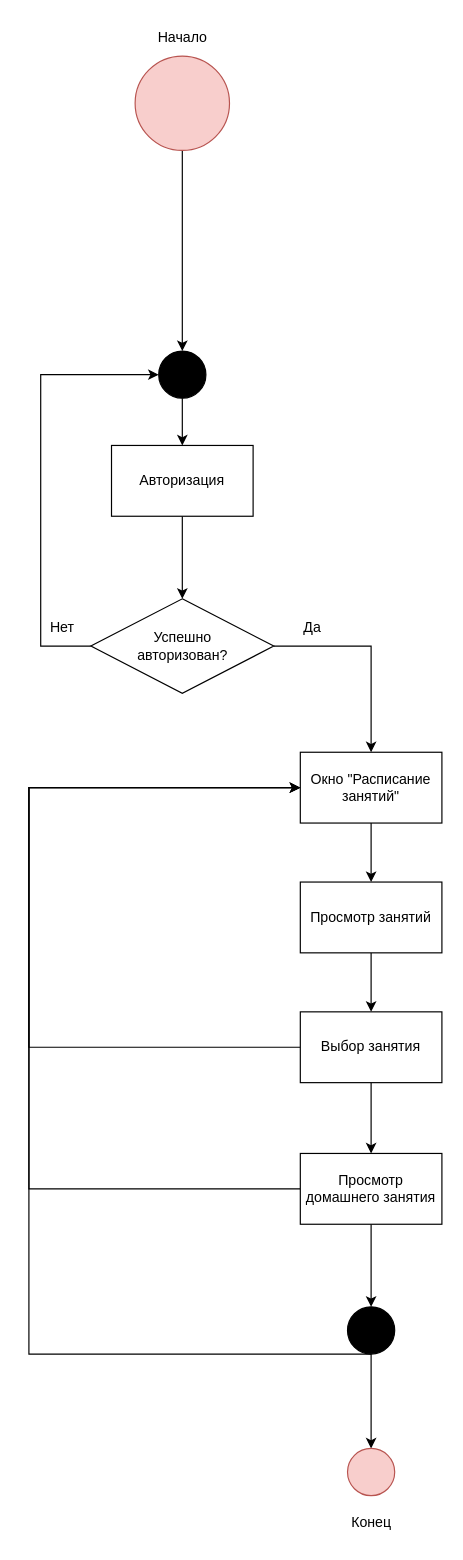
Above: page "Page-3" (3 of 3) of schedule-serviceScenary.drawio in flouressaint/myDiagrams (draw.io), before the change. Source tidied: cells renumbered, new cells numbered last; positions are measured from the earlier drawing's top-left corner, leaving out a move shared by most shapes. Both pictures are drawn from the tidied source at 118%, with x=0, y=0 at pixel (28, 20).
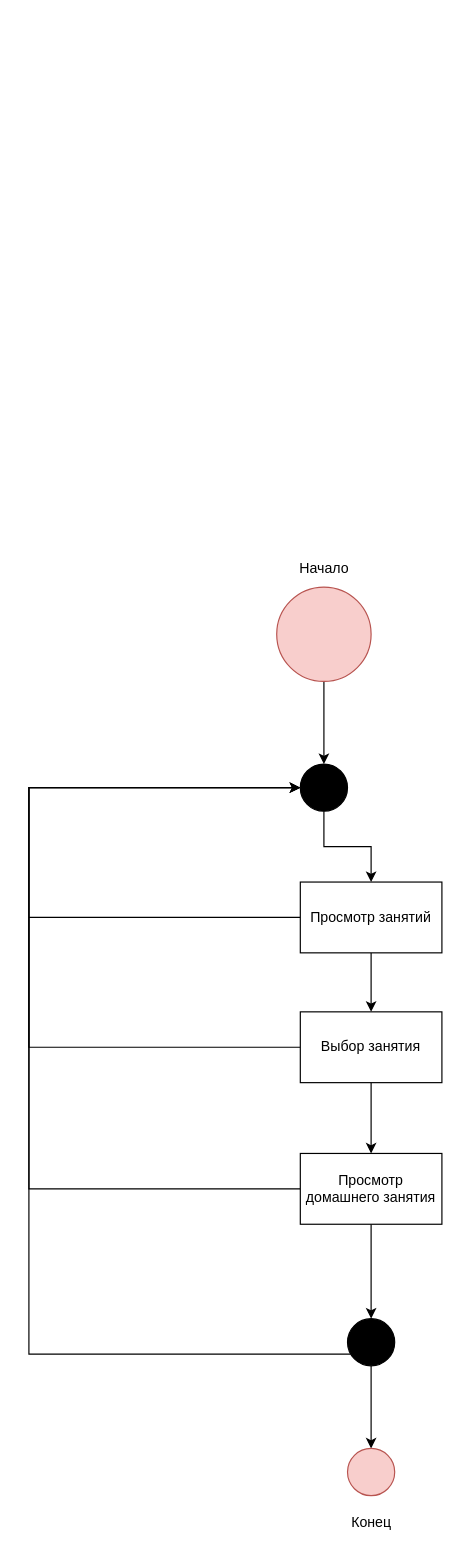
After the change.

Unchanged cells that the change refers to:
```xml
<mxCell id="17" value="Просмотр занятий" style="whiteSpace=wrap;html=1;" parent="1" vertex="1">
  <mxGeometry x="230" y="730" width="120" height="60" as="geometry" />
</mxCell>
<mxCell id="20" value="Выбор занятия" style="whiteSpace=wrap;html=1;" parent="1" vertex="1">
  <mxGeometry x="230" y="840" width="120" height="60" as="geometry" />
</mxCell>
<mxCell id="28" value="Просмотр домашнего занятия" style="whiteSpace=wrap;html=1;" parent="1" vertex="1">
  <mxGeometry x="230" y="960" width="120" height="60" as="geometry" />
</mxCell>
```

The edit, as a diff of the source:
```diff
@@
-    <mxCell id="2" style="edgeStyle=orthogonalEdgeStyle;rounded=0;jettySize=auto;html=1;entryX=0.5;entryY=0;entryDx=0;entryDy=0;" parent="1" edge="1" source="3" target="8">
-      <mxGeometry relative="1" as="geometry" />
-    </mxCell>
+    <mxCell id="29" style="edgeStyle=orthogonalEdgeStyle;rounded=0;jettySize=auto;html=1;entryX=0.5;entryY=0;entryDx=0;entryDy=0;" parent="1" edge="1" source="3" target="31">
+      <mxGeometry relative="1" as="geometry" />
+    </mxCell>
     <mxCell id="3" style="ellipse;whiteSpace=wrap;html=1;fillColor=#f8cecc;strokeColor=#b85450;" parent="1" vertex="1">
-      <mxGeometry x="90" y="30" width="80" height="80" as="geometry" />
+      <mxGeometry x="210" y="480" width="80" height="80" as="geometry" />
     </mxCell>
     <mxCell id="4" value="Начало" style="text;html=1;align=center;verticalAlign=middle;strokeColor=none;fillColor=none;" parent="1" vertex="1">
-      <mxGeometry x="95" width="70" height="30" as="geometry" />
+      <mxGeometry x="215" y="450" width="70" height="30" as="geometry" />
     </mxCell>
-    <mxCell id="5" style="edgeStyle=orthogonalEdgeStyle;rounded=0;jettySize=auto;html=1;entryX=0.5;entryY=0;entryDx=0;entryDy=0;" parent="1" edge="1" source="6" target="11">
-      <mxGeometry relative="1" as="geometry" />
-    </mxCell>
-    <mxCell id="6" value="Авторизация" style="rounded=0;whiteSpace=wrap;html=1;" parent="1" vertex="1">
-      <mxGeometry x="70" y="360" width="120" height="60" as="geometry" />
-    </mxCell>
-    <mxCell id="7" style="edgeStyle=orthogonalEdgeStyle;rounded=0;jettySize=auto;html=1;entryX=0.5;entryY=0;entryDx=0;entryDy=0;" parent="1" edge="1" source="8" target="6">
-      <mxGeometry relative="1" as="geometry" />
-    </mxCell>
-    <mxCell id="8" style="ellipse;whiteSpace=wrap;html=1;fillColor=#000000;" parent="1" vertex="1">
-      <mxGeometry x="110" y="280" width="40" height="40" as="geometry" />
-    </mxCell>
-    <mxCell id="9" style="edgeStyle=orthogonalEdgeStyle;rounded=0;jettySize=auto;html=1;entryX=0;entryY=0.5;entryDx=0;entryDy=0;" parent="1" edge="1" source="11" target="8">
-      <mxGeometry relative="1" as="geometry">
-        <Array as="points">
-          <mxPoint x="10" y="530" />
-          <mxPoint x="10" y="300" />
-        </Array>
-      </mxGeometry>
-    </mxCell>
-    <mxCell id="10" style="edgeStyle=orthogonalEdgeStyle;rounded=0;jettySize=auto;html=1;" parent="1" edge="1" source="11" target="14">
-      <mxGeometry relative="1" as="geometry" />
-    </mxCell>
-    <mxCell id="11" value="Успешно &lt;br&gt;авторизован?" style="rhombus;whiteSpace=wrap;html=1;" parent="1" vertex="1">
-      <mxGeometry x="52.5" y="490" width="155" height="80" as="geometry" />
-    </mxCell>
-    <mxCell id="12" value="Нет" style="text;html=1;align=center;verticalAlign=middle;strokeColor=none;fillColor=none;" parent="1" vertex="1">
-      <mxGeometry x="2.5" y="500" width="50" height="30" as="geometry" />
-    </mxCell>
-    <mxCell id="13" style="edgeStyle=orthogonalEdgeStyle;rounded=0;jettySize=auto;html=1;" parent="1" edge="1" source="14" target="17">
+    <mxCell id="13" style="edgeStyle=orthogonalEdgeStyle;rounded=0;jettySize=auto;html=1;exitX=0.5;exitY=1;exitDx=0;exitDy=0;" parent="1" edge="1" source="31" target="17">
       <mxGeometry relative="1" as="geometry" />
     </mxCell>
-    <mxCell id="14" value="Окно &quot;Расписание занятий&quot;" style="whiteSpace=wrap;html=1;" parent="1" vertex="1">
-      <mxGeometry x="230" y="620" width="120" height="60" as="geometry" />
-    </mxCell>
-    <mxCell id="15" value="Да" style="text;html=1;align=center;verticalAlign=middle;strokeColor=none;fillColor=none;" parent="1" vertex="1">
-      <mxGeometry x="220" y="500" width="40" height="30" as="geometry" />
-    </mxCell>
@@
+    <mxCell id="30" style="edgeStyle=orthogonalEdgeStyle;rounded=0;jettySize=auto;html=1;endArrow=none;endFill=0;" parent="1" edge="1" source="17">
+      <mxGeometry relative="1" as="geometry">
+        <mxPoint y="760" as="targetPoint" />
+      </mxGeometry>
+    </mxCell>
@@
-    <mxCell id="19" style="edgeStyle=orthogonalEdgeStyle;rounded=0;jettySize=auto;html=1;entryX=0;entryY=0.5;entryDx=0;entryDy=0;" parent="1" edge="1" source="20" target="14">
+    <mxCell id="19" style="edgeStyle=orthogonalEdgeStyle;rounded=0;jettySize=auto;html=1;entryX=0;entryY=0.5;entryDx=0;entryDy=0;" parent="1" edge="1" source="20">
       <mxGeometry relative="1" as="geometry">
+        <mxPoint x="230" y="650" as="targetPoint" />
         <Array as="points">
           <mxPoint y="870" />
           <mxPoint y="650" />
         </Array>
       </mxGeometry>
     </mxCell>
@@
-    <mxCell id="21" style="edgeStyle=orthogonalEdgeStyle;rounded=0;jettySize=auto;html=1;entryX=0;entryY=0.5;entryDx=0;entryDy=0;" parent="1" edge="1" source="23" target="14">
+    <mxCell id="21" style="edgeStyle=orthogonalEdgeStyle;rounded=0;jettySize=auto;html=1;entryX=0;entryY=0.5;entryDx=0;entryDy=0;" parent="1" edge="1" source="23">
       <mxGeometry relative="1" as="geometry">
+        <mxPoint x="230" y="650" as="targetPoint" />
         <Array as="points">
           <mxPoint y="1130" />
           <mxPoint y="650" />
         </Array>
       </mxGeometry>
     </mxCell>
@@
     <mxCell id="23" style="ellipse;whiteSpace=wrap;html=1;fillColor=#000000;" parent="1" vertex="1">
-      <mxGeometry x="270" y="1090" width="40" height="40" as="geometry" />
+      <mxGeometry x="270" y="1100" width="40" height="40" as="geometry" />
     </mxCell>
@@
-    <mxCell id="27" style="edgeStyle=orthogonalEdgeStyle;rounded=0;jettySize=auto;html=1;entryX=0;entryY=0.5;entryDx=0;entryDy=0;" parent="1" edge="1" source="28" target="14">
+    <mxCell id="27" style="edgeStyle=orthogonalEdgeStyle;rounded=0;jettySize=auto;html=1;entryX=0;entryY=0.5;entryDx=0;entryDy=0;" parent="1" edge="1" source="28">
       <mxGeometry relative="1" as="geometry">
+        <mxPoint x="230" y="650" as="targetPoint" />
         <Array as="points">
           <mxPoint y="990" />
           <mxPoint y="650" />
         </Array>
       </mxGeometry>
     </mxCell>
@@
+    <mxCell id="31" style="ellipse;whiteSpace=wrap;html=1;fillColor=#000000;" parent="1" vertex="1">
+      <mxGeometry x="230" y="630" width="40" height="40" as="geometry" />
+    </mxCell>
```
